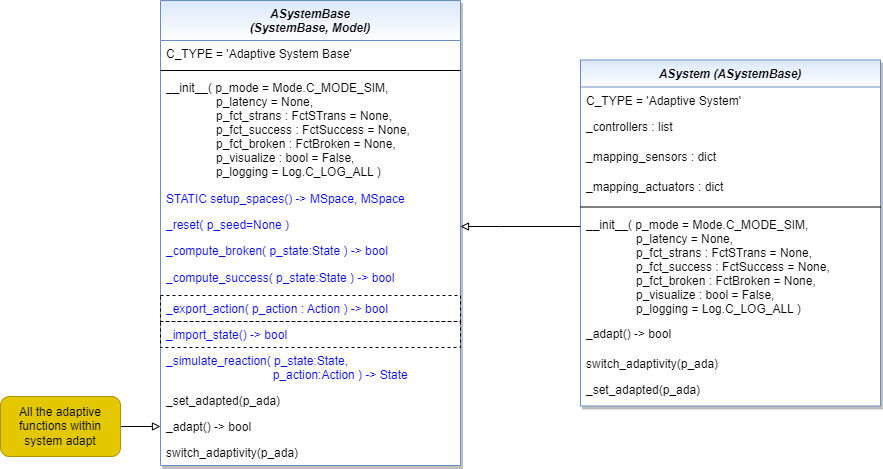
The draw.io diagram doc/rtd/content/04_appendices/appendix2/sub/core/mlpro_bf/layer4_machine_learning/images/MLPro-BF-ML-Systems_class_diagram.drawio.png in fhswf/MLPro, before a commit. Source tidied: cells renumbered, new cells last; positions are measured from the earlier drawing's top-left corner, leaving out a move shared by most shapes.
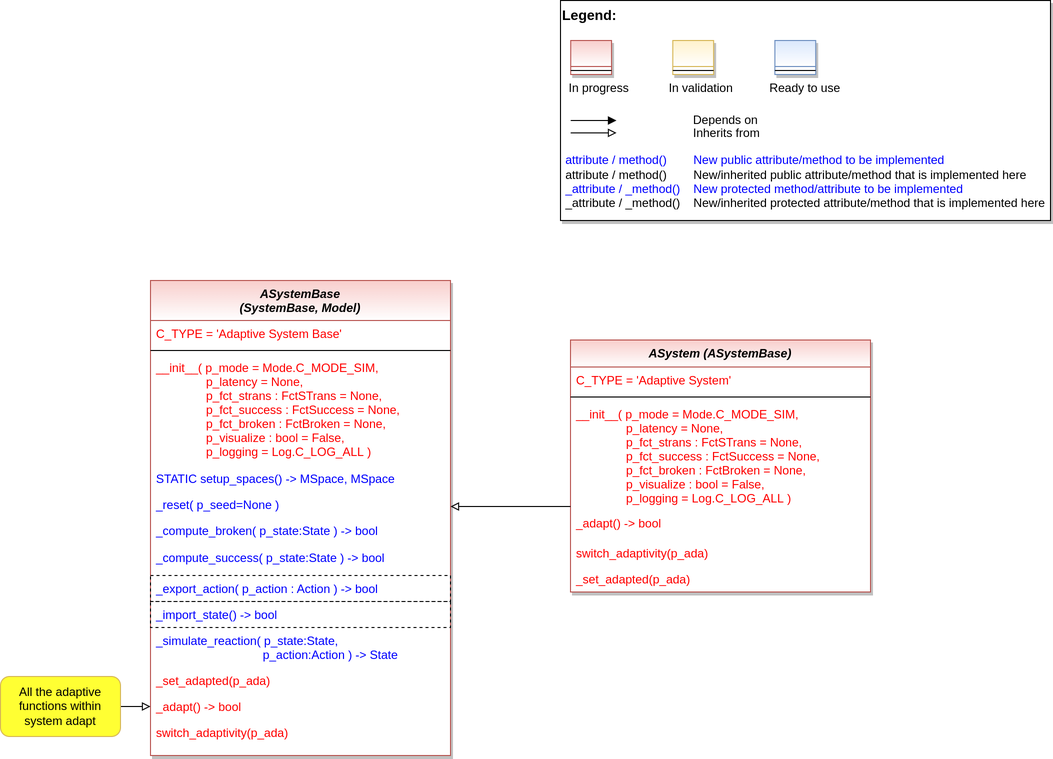
Above is the later version.

What changed in the source:
```diff
@@ -2,16 +2,16 @@
   <root>
     <mxCell id="0" />
     <mxCell id="1" parent="0" />
-    <mxCell id="2" value="ASystemBase&#10;(SystemBase, Model)" style="swimlane;fontStyle=3;align=center;verticalAlign=top;horizontal=1;startSize=40;rounded=0;shadow=1;strokeWidth=1;fillColor=#dae8fc;strokeColor=#6c8ebf;swimlaneFillColor=#ffffff;gradientColor=#FFFFFF;" parent="1" vertex="1">
-      <mxGeometry x="160" width="300" height="465" as="geometry" />
+    <mxCell id="2" value="ASystemBase&#10;(SystemBase, Model)" style="swimlane;fontStyle=3;align=center;verticalAlign=top;horizontal=1;startSize=40;rounded=0;shadow=1;strokeWidth=1;fillColor=#f8cecc;strokeColor=#b85450;swimlaneFillColor=#ffffff;gradientColor=#FFFFFF;" parent="1" vertex="1">
+      <mxGeometry x="160" width="300" height="475" as="geometry" />
     </mxCell>
-    <mxCell id="3" value="C_TYPE = 'Adaptive System Base'" style="text;align=left;verticalAlign=top;spacingLeft=4;spacingRight=4;overflow=hidden;fontColor=#000000;" parent="2" vertex="1">
+    <mxCell id="3" value="C_TYPE = 'Adaptive System Base'" style="text;align=left;verticalAlign=top;spacingLeft=4;spacingRight=4;overflow=hidden;fontColor=#FF0000;" parent="2" vertex="1">
       <mxGeometry y="40" width="300" height="26" as="geometry" />
     </mxCell>
     <mxCell id="4" style="line;html=1;strokeWidth=1;align=left;verticalAlign=middle;spacingTop=-1;spacingLeft=3;spacingRight=3;labelPosition=right;" parent="2" vertex="1">
       <mxGeometry y="66" width="300" height="8" as="geometry" />
     </mxCell>
-    <mxCell id="5" value="__init__( p_mode = Mode.C_MODE_SIM,&#10;               p_latency = None, &#10;               p_fct_strans : FctSTrans = None,&#10;               p_fct_success : FctSuccess = None,&#10;               p_fct_broken : FctBroken = None,&#10;               p_visualize : bool = False,&#10;               p_logging = Log.C_LOG_ALL )" style="text;align=left;verticalAlign=top;spacingLeft=4;spacingRight=4;overflow=hidden;" parent="2" vertex="1">
+    <mxCell id="5" value="__init__( p_mode = Mode.C_MODE_SIM,&#10;               p_latency = None, &#10;               p_fct_strans : FctSTrans = None,&#10;               p_fct_success : FctSuccess = None,&#10;               p_fct_broken : FctBroken = None,&#10;               p_visualize : bool = False,&#10;               p_logging = Log.C_LOG_ALL )" style="text;align=left;verticalAlign=top;spacingLeft=4;spacingRight=4;overflow=hidden;fontColor=#FF0000;" parent="2" vertex="1">
       <mxGeometry y="74" width="300" height="111" as="geometry" />
     </mxCell>
     <mxCell id="6" value="STATIC setup_spaces() -&gt; MSpace, MSpace" style="text;align=left;verticalAlign=top;spacingLeft=4;spacingRight=4;overflow=hidden;fontColor=#0000FF;" parent="2" vertex="1">
@@ -35,44 +35,35 @@
     <mxCell id="12" value="_simulate_reaction( p_state:State, &#10;                                p_action:Action ) -&gt; State" style="text;align=left;verticalAlign=top;spacingLeft=4;spacingRight=4;overflow=hidden;fontColor=#0000FF;" parent="2" vertex="1">
       <mxGeometry y="347" width="300" height="40" as="geometry" />
     </mxCell>
-    <mxCell id="13" value="_set_adapted(p_ada)" style="text;align=left;verticalAlign=top;spacingLeft=4;spacingRight=4;overflow=hidden;fontColor=default;" parent="2" vertex="1">
+    <mxCell id="13" value="_set_adapted(p_ada)" style="text;align=left;verticalAlign=top;spacingLeft=4;spacingRight=4;overflow=hidden;fontColor=#FF0000;" parent="2" vertex="1">
       <mxGeometry y="387" width="300" height="26" as="geometry" />
     </mxCell>
-    <mxCell id="14" value="_adapt() -&gt; bool" style="text;align=left;verticalAlign=top;spacingLeft=4;spacingRight=4;overflow=hidden;points=[[0,0.5],[1,0.5]];portConstraint=eastwest;fontColor=default;" parent="2" vertex="1">
+    <mxCell id="14" value="_adapt() -&gt; bool" style="text;align=left;verticalAlign=top;spacingLeft=4;spacingRight=4;overflow=hidden;points=[[0,0.5],[1,0.5]];portConstraint=eastwest;fontColor=#FF0000;" parent="2" vertex="1">
       <mxGeometry y="413" width="300" height="26" as="geometry" />
     </mxCell>
-    <mxCell id="15" value="switch_adaptivity(p_ada)" style="text;align=left;verticalAlign=top;spacingLeft=4;spacingRight=4;overflow=hidden;fontColor=default;" parent="2" vertex="1">
+    <mxCell id="15" value="switch_adaptivity(p_ada)" style="text;align=left;verticalAlign=top;spacingLeft=4;spacingRight=4;overflow=hidden;fontColor=#FF0000;" parent="2" vertex="1">
       <mxGeometry y="439" width="300" height="26" as="geometry" />
     </mxCell>
-    <mxCell id="16" value="ASystem (ASystemBase)" style="swimlane;fontStyle=3;align=center;verticalAlign=top;horizontal=1;startSize=27;rounded=0;shadow=1;strokeWidth=1;fillColor=#dae8fc;strokeColor=#6c8ebf;swimlaneFillColor=#ffffff;gradientColor=#FFFFFF;" parent="1" vertex="1">
-      <mxGeometry x="580" y="59.5" width="300" height="346" as="geometry" />
+    <mxCell id="16" value="ASystem (ASystemBase)" style="swimlane;fontStyle=3;align=center;verticalAlign=top;horizontal=1;startSize=27;rounded=0;shadow=1;strokeWidth=1;fillColor=#f8cecc;strokeColor=#b85450;swimlaneFillColor=#ffffff;gradientColor=#FFFFFF;" parent="1" vertex="1">
+      <mxGeometry x="580" y="59.5" width="300" height="252" as="geometry" />
     </mxCell>
-    <mxCell id="17" value="C_TYPE = 'Adaptive System'" style="text;align=left;verticalAlign=top;spacingLeft=4;spacingRight=4;overflow=hidden;" parent="16" vertex="1">
+    <mxCell id="17" value="C_TYPE = 'Adaptive System'" style="text;align=left;verticalAlign=top;spacingLeft=4;spacingRight=4;overflow=hidden;fontColor=#FF0000;" parent="16" vertex="1">
       <mxGeometry y="27" width="300" height="26" as="geometry" />
     </mxCell>
-    <mxCell id="18" value="_controllers : list" style="text;align=left;verticalAlign=top;spacingLeft=4;spacingRight=4;overflow=hidden;fontColor=default;" parent="16" vertex="1">
-      <mxGeometry y="53" width="300" height="30" as="geometry" />
-    </mxCell>
-    <mxCell id="19" value="_mapping_sensors : dict" style="text;align=left;verticalAlign=top;spacingLeft=4;spacingRight=4;overflow=hidden;fontColor=default;" parent="16" vertex="1">
-      <mxGeometry y="83" width="300" height="30" as="geometry" />
-    </mxCell>
-    <mxCell id="20" value="_mapping_actuators : dict" style="text;align=left;verticalAlign=top;spacingLeft=4;spacingRight=4;overflow=hidden;fontColor=default;" parent="16" vertex="1">
-      <mxGeometry y="113" width="300" height="30" as="geometry" />
-    </mxCell>
     <mxCell id="21" style="line;html=1;strokeWidth=1;align=left;verticalAlign=middle;spacingTop=-1;spacingLeft=3;spacingRight=3;labelPosition=right;" parent="16" vertex="1">
-      <mxGeometry y="143" width="300" height="8" as="geometry" />
+      <mxGeometry y="53" width="300" height="8" as="geometry" />
     </mxCell>
-    <mxCell id="22" value="__init__( p_mode = Mode.C_MODE_SIM,&#10;               p_latency = None, &#10;               p_fct_strans : FctSTrans = None,&#10;               p_fct_success : FctSuccess = None,&#10;               p_fct_broken : FctBroken = None,&#10;               p_visualize : bool = False,&#10;               p_logging = Log.C_LOG_ALL )" style="text;align=left;verticalAlign=top;spacingLeft=4;spacingRight=4;overflow=hidden;points=[[0,0.5],[1,0.5]];portConstraint=eastwest;" parent="16" vertex="1">
-      <mxGeometry y="151" width="300" height="109" as="geometry" />
+    <mxCell id="22" value="__init__( p_mode = Mode.C_MODE_SIM,&#10;               p_latency = None, &#10;               p_fct_strans : FctSTrans = None,&#10;               p_fct_success : FctSuccess = None,&#10;               p_fct_broken : FctBroken = None,&#10;               p_visualize : bool = False,&#10;               p_logging = Log.C_LOG_ALL )" style="text;align=left;verticalAlign=top;spacingLeft=4;spacingRight=4;overflow=hidden;points=[[0,0.5],[1,0.5]];portConstraint=eastwest;fontColor=#FF0000;" parent="16" vertex="1">
+      <mxGeometry y="61" width="300" height="109" as="geometry" />
     </mxCell>
-    <mxCell id="23" value="_adapt() -&gt; bool" style="text;align=left;verticalAlign=top;spacingLeft=4;spacingRight=4;overflow=hidden;fontColor=default;" parent="16" vertex="1">
-      <mxGeometry y="260" width="300" height="30" as="geometry" />
+    <mxCell id="23" value="_adapt() -&gt; bool" style="text;align=left;verticalAlign=top;spacingLeft=4;spacingRight=4;overflow=hidden;fontColor=#FF0000;" parent="16" vertex="1">
+      <mxGeometry y="170" width="300" height="30" as="geometry" />
     </mxCell>
-    <mxCell id="24" value="switch_adaptivity(p_ada)" style="text;align=left;verticalAlign=top;spacingLeft=4;spacingRight=4;overflow=hidden;fontColor=default;" parent="16" vertex="1">
-      <mxGeometry y="290" width="300" height="26" as="geometry" />
+    <mxCell id="24" value="switch_adaptivity(p_ada)" style="text;align=left;verticalAlign=top;spacingLeft=4;spacingRight=4;overflow=hidden;fontColor=#FF0000;" parent="16" vertex="1">
+      <mxGeometry y="200" width="300" height="26" as="geometry" />
     </mxCell>
-    <mxCell id="25" value="_set_adapted(p_ada)" style="text;align=left;verticalAlign=top;spacingLeft=4;spacingRight=4;overflow=hidden;fontColor=default;" parent="16" vertex="1">
-      <mxGeometry y="316" width="300" height="26" as="geometry" />
+    <mxCell id="25" value="_set_adapted(p_ada)" style="text;align=left;verticalAlign=top;spacingLeft=4;spacingRight=4;overflow=hidden;fontColor=#FF0000;" parent="16" vertex="1">
+      <mxGeometry y="226" width="300" height="26" as="geometry" />
     </mxCell>
     <mxCell id="26" style="edgeStyle=orthogonalEdgeStyle;rounded=0;jettySize=auto;html=1;fontColor=default;endArrow=block;endFill=0;" parent="1" edge="1" source="22" target="2">
       <mxGeometry relative="1" as="geometry">
@@ -85,8 +76,49 @@
     <mxCell id="27" style="edgeStyle=orthogonalEdgeStyle;rounded=0;jettySize=auto;html=1;fontColor=default;endArrow=block;endFill=0;" parent="1" edge="1" source="28" target="14">
       <mxGeometry relative="1" as="geometry" />
     </mxCell>
-    <mxCell id="28" value="All the adaptive functions within system adapt" style="rounded=1;whiteSpace=wrap;html=1;strokeWidth=1;fillColor=#e3c800;strokeColor=#B09500;fontColor=#000000;" parent="1" vertex="1">
-      <mxGeometry y="396" width="120" height="60" as="geometry" />
+    <mxCell id="28" value="All the adaptive functions within system adapt" style="rounded=1;whiteSpace=wrap;html=1;strokeWidth=1;fillColor=#FFFF33;strokeColor=#d6b656;gradientColor=none;" parent="1" vertex="1">
+      <mxGeometry x="10" y="396" width="120" height="60" as="geometry" />
     </mxCell>
+    <mxCell id="29" style="group;" parent="1" vertex="1">
+      <mxGeometry x="570" y="-280" width="490" height="220" as="geometry" />
+    </mxCell>
+    <mxCell id="30" value="&lt;font color=&quot;#000000&quot; size=&quot;1&quot;&gt;&lt;b style=&quot;font-size: 14px&quot;&gt;Legend:&lt;br&gt;&lt;/b&gt;&lt;/font&gt;&lt;br&gt;&lt;br&gt;&lt;br&gt;&lt;font color=&quot;#0000ff&quot; style=&quot;font-size: 6px&quot;&gt;&lt;br&gt;&lt;/font&gt;&lt;span style=&quot;color: rgb(0 , 0 , 0)&quot;&gt;&lt;font style=&quot;font-size: 4px&quot;&gt;&amp;nbsp; &amp;nbsp;&lt;/font&gt;&amp;nbsp;In progress&amp;nbsp; &amp;nbsp; &amp;nbsp; &amp;nbsp; &amp;nbsp; &amp;nbsp; In validation&amp;nbsp; &amp;nbsp; &amp;nbsp; &amp;nbsp; &amp;nbsp; &amp;nbsp;Ready to use&lt;/span&gt;&lt;font color=&quot;#000000&quot;&gt;&amp;nbsp;&lt;br&gt;&lt;/font&gt;&lt;font color=&quot;#0000ff&quot;&gt;&lt;br&gt;&lt;br&gt;&lt;br&gt;&lt;br&gt;&amp;nbsp;attribute / method()&amp;nbsp; &amp;nbsp; &amp;nbsp; &amp;nbsp; New public attribute/method to be implemented&lt;/font&gt;&lt;br&gt;&lt;font color=&quot;#000000&quot;&gt;&amp;nbsp;&lt;/font&gt;&lt;font color=&quot;#000000&quot;&gt;attribute / method()&lt;span&gt;&#9;&lt;/span&gt;&amp;nbsp; &amp;nbsp; &amp;nbsp; &amp;nbsp;New/inherited public attribute/method that is implemented here&lt;br&gt;&lt;/font&gt;&lt;font color=&quot;#0000ff&quot;&gt;&amp;nbsp;_attribute /&amp;nbsp;&lt;/font&gt;&lt;font color=&quot;#0000ff&quot;&gt;_method()&amp;nbsp; &amp;nbsp; New protected method/attribute to be implemented&lt;/font&gt;&lt;br&gt;&lt;font color=&quot;#000000&quot;&gt;&amp;nbsp;_attribute / _method()&amp;nbsp; &amp;nbsp; New/inherited protected attribute/method that is implemented here&lt;br&gt;&lt;/font&gt;&lt;font color=&quot;#000000&quot;&gt;&lt;br&gt;&lt;br&gt;&lt;br&gt;&lt;br&gt;&lt;br&gt;&lt;/font&gt;" style="text;html=1;align=left;verticalAlign=top;whiteSpace=wrap;rounded=0;fontColor=#006600;strokeColor=#000000;shadow=1;fillColor=#ffffff;" parent="29" vertex="1">
+      <mxGeometry width="490" height="220" as="geometry" />
+    </mxCell>
+    <mxCell id="31" value="Depends on" style="endArrow=block;html=1;labelPosition=right;verticalLabelPosition=middle;align=left;verticalAlign=middle;endFill=1;fontSize=12;" parent="29" edge="1">
+      <mxGeometry x="-1623.1" y="-2180" as="geometry">
+        <mxPoint x="10.2" y="120" as="sourcePoint" />
+        <mxPoint x="56" y="120" as="targetPoint" />
+        <Array as="points">
+          <mxPoint x="30.6" y="120" />
+        </Array>
+        <mxPoint x="98" as="offset" />
+      </mxGeometry>
+    </mxCell>
+    <mxCell id="32" value="Inherits from" style="endArrow=block;html=1;labelPosition=right;verticalLabelPosition=middle;align=left;verticalAlign=middle;endFill=0;fontSize=12;" parent="29" edge="1">
+      <mxGeometry x="-1623.1" y="-2180" as="geometry">
+        <mxPoint x="10.2" y="132.4" as="sourcePoint" />
+        <mxPoint x="56" y="132.4" as="targetPoint" />
+        <mxPoint x="98" y="1" as="offset" />
+      </mxGeometry>
+    </mxCell>
+    <mxCell id="33" style="swimlane;fontStyle=3;align=center;verticalAlign=top;horizontal=1;startSize=26;rounded=0;shadow=1;strokeWidth=1;fillColor=#f8cecc;strokeColor=#b85450;gradientColor=#ffffff;swimlaneFillColor=#ffffff;" parent="29" vertex="1">
+      <mxGeometry x="10.2" y="40" width="40.8" height="34" as="geometry" />
+    </mxCell>
+    <mxCell id="34" style="line;html=1;strokeWidth=1;align=left;verticalAlign=middle;spacingTop=-1;spacingLeft=3;spacingRight=3;labelPosition=right;" parent="33" vertex="1">
+      <mxGeometry y="26" width="40.8" height="8" as="geometry" />
+    </mxCell>
+    <mxCell id="35" style="swimlane;fontStyle=3;align=center;verticalAlign=top;horizontal=1;startSize=26;rounded=0;shadow=1;strokeWidth=1;fillColor=#fff2cc;strokeColor=#d6b656;gradientColor=#ffffff;swimlaneFillColor=#ffffff;" parent="29" vertex="1">
+      <mxGeometry x="112.3" y="40" width="40.8" height="34" as="geometry" />
+    </mxCell>
+    <mxCell id="36" style="line;html=1;strokeWidth=1;align=left;verticalAlign=middle;spacingTop=-1;spacingLeft=3;spacingRight=3;labelPosition=right;" parent="35" vertex="1">
+      <mxGeometry y="26" width="40.8" height="8" as="geometry" />
+    </mxCell>
+    <mxCell id="37" style="swimlane;fontStyle=3;align=center;verticalAlign=top;horizontal=1;startSize=26;rounded=0;shadow=1;strokeWidth=1;fillColor=#dae8fc;strokeColor=#6c8ebf;gradientColor=#ffffff;swimlaneFillColor=#ffffff;" parent="29" vertex="1">
+      <mxGeometry x="214.4" y="40" width="40.8" height="34" as="geometry" />
+    </mxCell>
+    <mxCell id="38" style="line;html=1;strokeWidth=1;align=left;verticalAlign=middle;spacingTop=-1;spacingLeft=3;spacingRight=3;labelPosition=right;" parent="37" vertex="1">
+      <mxGeometry y="26" width="40.8" height="8" as="geometry" />
+    </mxCell>
   </root>
 </mxGraphModel>
```
